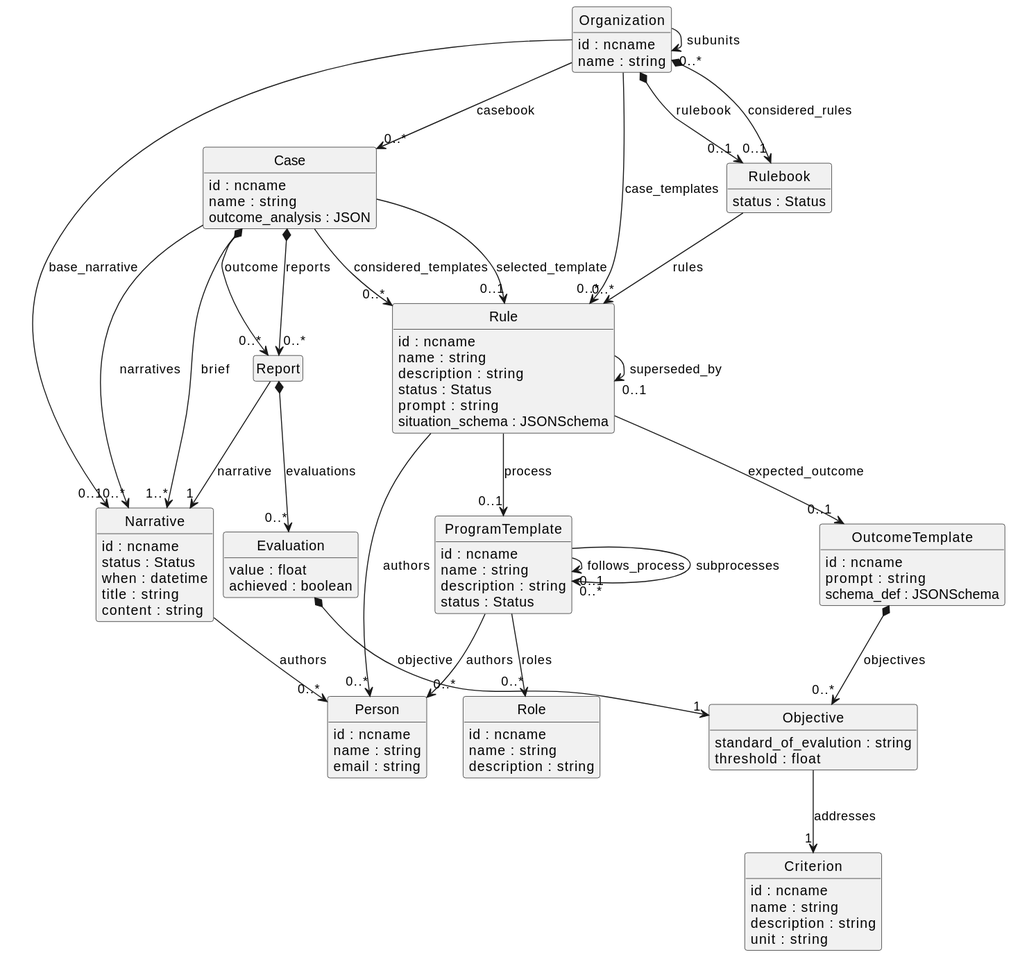
Above: schema.svg in Existentialist-Robot/ProcesSieve (PlantUML), before the change.
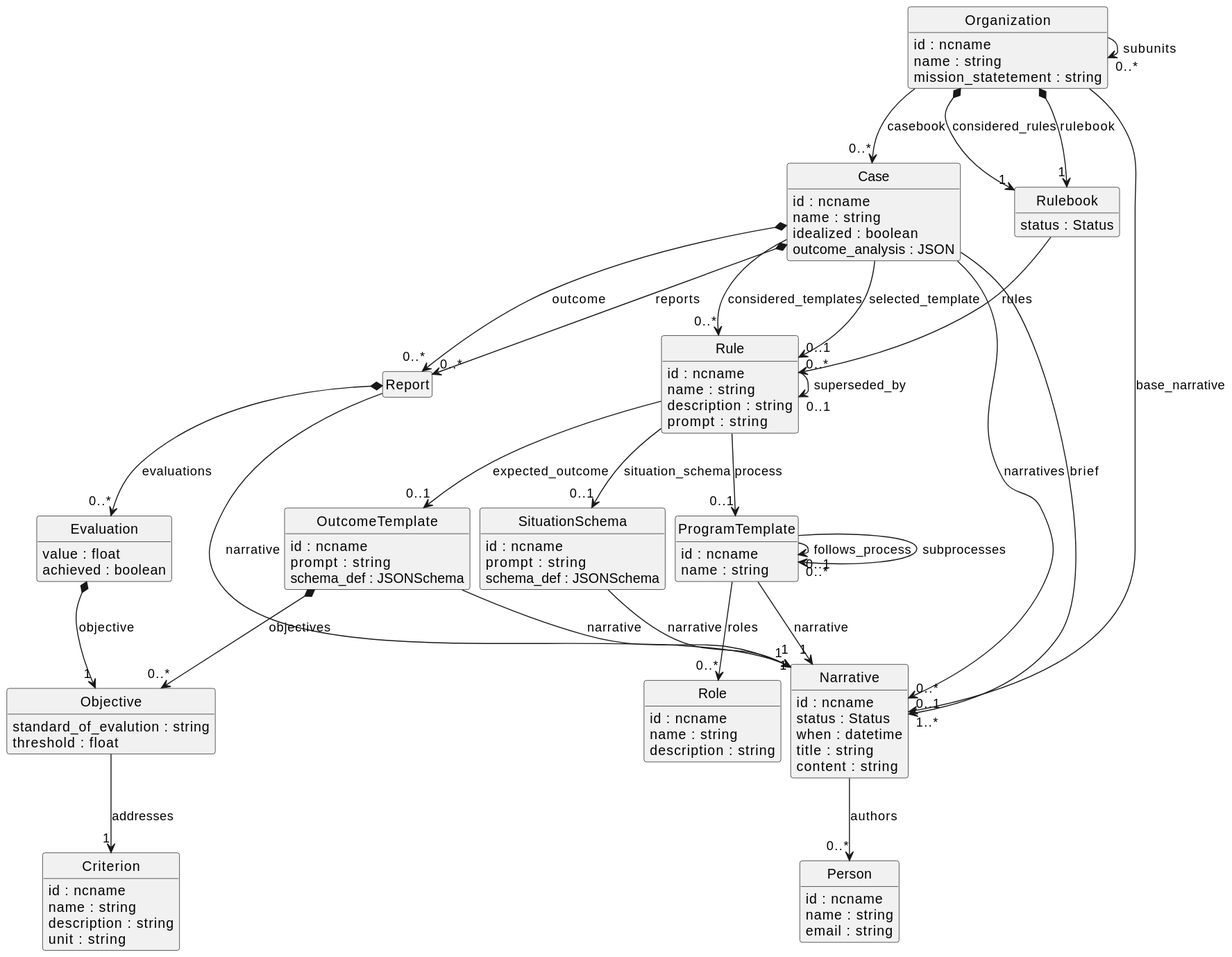
The same file after the commit.

Change to the diagram source:
```diff
@@ -2,24 +2,37 @@
 skinparam nodesep 10
 hide circle
 hide empty members
-class "Rulebook" [[{A set of rules}]] {
+class "SituationSchema" [[{None}]] {
+    {field} id : ncname
+    {field} prompt : string
+    {field} schema_def : JSONSchema
+}
+class "Narrative" [[{A narrative description of either a concrete or abstracted Case or ProgramTemplate. There can be many narratives.}]] {
+    {field} id : ncname
     {field} status : Status
+    {field} when : datetime
+    {field} title : string
+    {field} content : string
 }
 class "Rule" [[{The template that describes an entry in our best practice workbook, consisting of an (abstracted) situation we try to solve, and the process we intend to use to solve it.}]] {
     {field} id : ncname
     {field} name : string
     {field} description : string
+    {field} prompt : string
+}
+"SituationSchema" --> "1" "Narrative" : "narrative"
+"Rule" --> "0..1" "SituationSchema" : "situation_schema"
+class "Rulebook" [[{A set of rules}]] {
     {field} status : Status
-    {field} prompt : string
-    {field} situation_schema : JSONSchema
 }
 class "Organization" [[{An organization where persons work}]] {
     {field} id : ncname
     {field} name : string
+    {field} mission_statetement : string
 }
 "Rulebook" --> "0..*" "Rule" : "rules"
-"Organization" *--> "0..1" "Rulebook" : "considered_rules"
-"Organization" *--> "0..1" "Rulebook" : "rulebook"
+"Organization" *--> "1" "Rulebook" : "considered_rules"
+"Organization" *--> "1" "Rulebook" : "rulebook"
 class "OutcomeTemplate" [[{A template that describes a category of outcome we expect at the end of a ProcessTemplate, and especially the criteria we intend to measure at the end of the process.}]] {
     {field} id : ncname
     {field} prompt : string
@@ -28,26 +41,18 @@
 class "ProgramTemplate" [[{The actual process we will use to solve a given problem.}]] {
     {field} id : ncname
     {field} name : string
-    {field} description : string
-    {field} status : Status
-}
-class "Person" [[{A person involved in a process}]] {
-    {field} id : ncname
-    {field} name : string
-    {field} email : string
 }
 class "Case" [[{The narrative description of an individual work unit we have solved or intend to solve.}]] {
     {field} id : ncname
     {field} name : string
+    {field} idealized : boolean
     {field} outcome_analysis : JSON
 }
 "Rule" --> "0..1" "Rule" : "superseded_by"
 "Rule" --> "0..1" "OutcomeTemplate" : "expected_outcome"
 "Rule" --> "0..1" "ProgramTemplate" : "process"
-"Rule" --> "0..*" "Person" : "authors"
 "Case" --> "0..*" "Rule" : "considered_templates"
 "Case" --> "0..1" "Rule" : "selected_template"
-"Organization" --> "0..*" "Rule" : "case_templates"
 class "Role" [[{A process involves certain actors playing certain roles in the process. This describes the roles.}]] {
     {field} id : ncname
     {field} name : string
@@ -61,26 +66,25 @@
     {field} value : float
     {field} achieved : boolean
 }
-class "Narrative" [[{A narrative description of either a concrete or abstracted Case or ProgramTemplate. There can be many narratives.}]] {
-    {field} id : ncname
-    {field} status : Status
-    {field} when : datetime
-    {field} title : string
-    {field} content : string
-}
 "Report" *--> "0..*" "Evaluation" : "evaluations"
 "Report" --> "1" "Narrative" : "narrative"
 "Case" *--> "0..*" "Report" : "outcome"
 "Case" *--> "0..*" "Report" : "reports"
 "ProgramTemplate" --> "0..1" "ProgramTemplate" : "follows_process"
 "ProgramTemplate" --> "0..*" "ProgramTemplate" : "subprocesses"
-"ProgramTemplate" --> "0..*" "Person" : "authors"
+"ProgramTemplate" --> "1" "Narrative" : "narrative"
+class "Person" [[{A person involved in a process}]] {
+    {field} id : ncname
+    {field} name : string
+    {field} email : string
+}
 "Narrative" --> "0..*" "Person" : "authors"
 class "Objective" [[{None}]] {
     {field} standard_of_evalution : string
     {field} threshold : float
 }
 "OutcomeTemplate" *--> "0..*" "Objective" : "objectives"
+"OutcomeTemplate" --> "1" "Narrative" : "narrative"
 "Organization" --> "0..*" "Case" : "casebook"
 "Organization" --> "0..*" "Organization" : "subunits"
 "Organization" --> "0..1" "Narrative" : "base_narrative"
```
